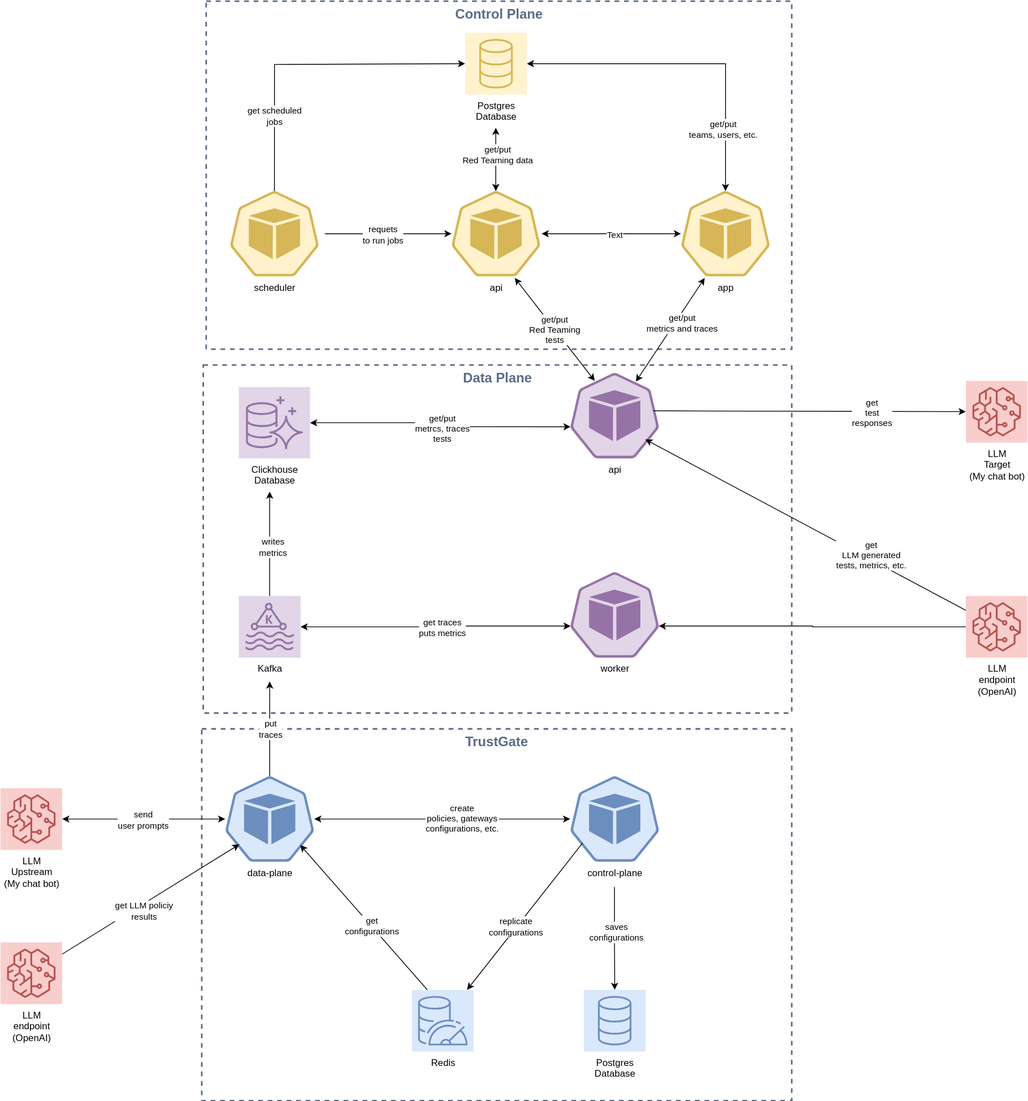
Earlier version of the draw.io export images/static/img/nt-architecture-ligth.drawio.svg (NeuralTrust/docs). Source tidied: cells renumbered, new cells last; positions are measured from the earlier drawing's top-left corner, leaving out a move shared by most shapes.
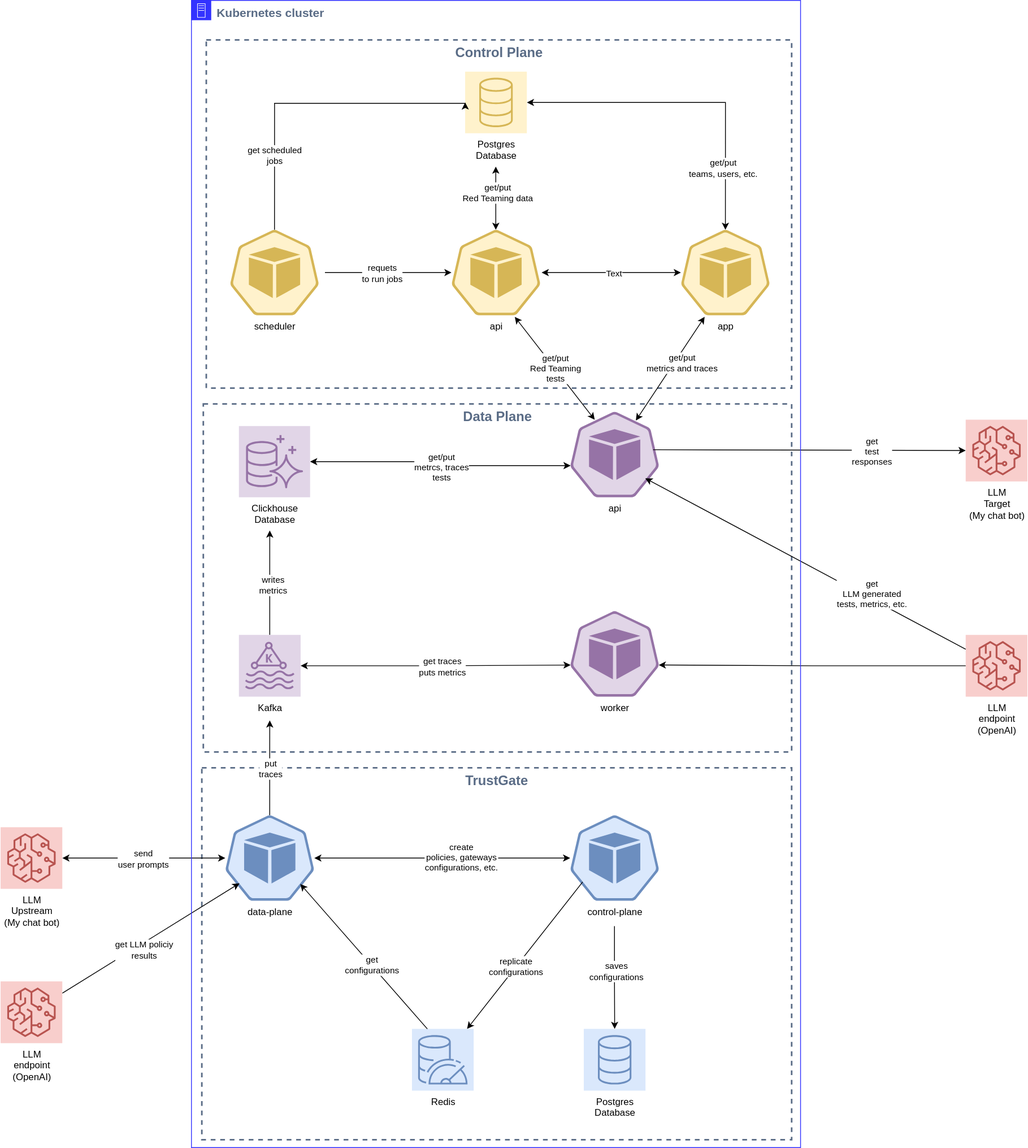
The same diagram one commit later.

Commit message:
update neuraltrust architecture diagram

What changed in the source:
```diff
@@ -216,5 +216,8 @@
     <mxCell id="59" value="&lt;div&gt;saves&lt;/div&gt;&lt;div&gt;configurations&lt;/div&gt;" style="edgeLabel;html=1;align=center;verticalAlign=middle;" parent="58" vertex="1">
       <mxGeometry x="-0.13" y="1" relative="1" as="geometry" />
     </mxCell>
+    <mxCell id="60" value="&lt;b&gt;&lt;font style=&quot;font-size: 15px;&quot;&gt;Kubernetes cluster&lt;/font&gt;&lt;/b&gt;" style="gradientColor=none;html=1;whiteSpace=wrap;fontSize=12;fontStyle=0;shape=mxgraph.aws4.group;grIcon=mxgraph.aws4.group_on_premise;strokeColor=#3333FF;fillColor=none;verticalAlign=top;align=left;spacingLeft=30;fontColor=#5A6C86;dashed=0;" parent="1" vertex="1">
+      <mxGeometry x="241.2" y="-50" width="770" height="1450" as="geometry" />
+    </mxCell>
   </root>
 </mxGraphModel>
```
